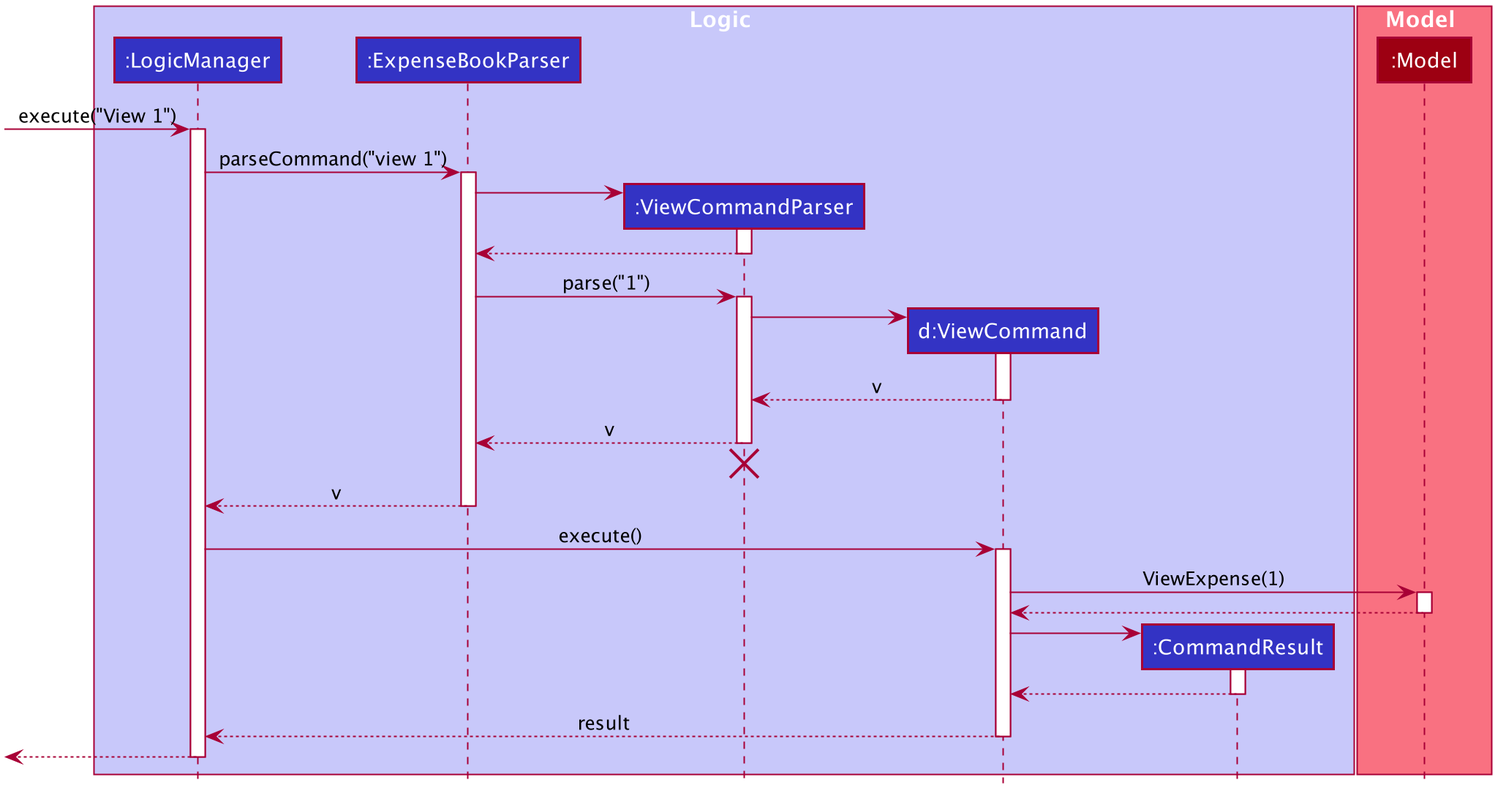
Before: docs/images/ViewSequenceDiagram.png, a diagram exported from PlantUML (yyutong/tp). Source of this version:
```plantuml
@startuml








skinparam BackgroundColor #FFFFFFF

skinparam Shadowing false

skinparam Class {
    FontColor #FFFFFF
    BorderThickness 1
    BorderColor #FFFFFF
    StereotypeFontColor #FFFFFF
    FontName Arial
}

skinparam Actor {
    BorderColor #000000
    Color #000000
    FontName Arial
}

skinparam Sequence {
    MessageAlign center
    BoxFontSize 15
    BoxPadding 0
    BoxFontColor #FFFFFF
    FontName Arial
}

skinparam Participant {
    FontColor #FFFFFFF
    Padding 20
}

skinparam MinClassWidth 50
skinparam ParticipantPadding 10
skinparam Shadowing false
skinparam DefaultTextAlignment center
skinparam packageStyle Rectangle

hide footbox
hide members
hide circle

box Logic #C8C8FA
participant ":LogicManager" as LogicManager #3333C4
participant ":ExpenseBookParser" as ExpenseBookParser #3333C4
participant ":ViewCommandParser" as ViewCommandParser #3333C4
participant "d:ViewCommand" as ViewCommand #3333C4
participant ":CommandResult" as CommandResult #3333C4
end box

box Model #F97181
participant ":Model" as Model #9D0012
end box

[-> LogicManager : execute("View 1")
activate LogicManager

LogicManager -> ExpenseBookParser : parseCommand("view 1")
activate ExpenseBookParser

create ViewCommandParser
ExpenseBookParser -> ViewCommandParser
activate ViewCommandParser

ViewCommandParser --> ExpenseBookParser
deactivate ViewCommandParser

ExpenseBookParser -> ViewCommandParser : parse("1")
activate ViewCommandParser

create ViewCommand
ViewCommandParser -> ViewCommand
activate ViewCommand

ViewCommand --> ViewCommandParser : v
deactivate ViewCommand

ViewCommandParser --> ExpenseBookParser : v
deactivate ViewCommandParser
ViewCommandParser -[hidden]-> ExpenseBookParser
destroy ViewCommandParser

ExpenseBookParser --> LogicManager : v
deactivate ExpenseBookParser

LogicManager -> ViewCommand : execute()
activate ViewCommand

ViewCommand -> Model : ViewExpense(1)
activate Model

Model --> ViewCommand
deactivate Model

create CommandResult
ViewCommand -> CommandResult
activate CommandResult

CommandResult --> ViewCommand
deactivate CommandResult

ViewCommand --> LogicManager : result
deactivate ViewCommand

[<--LogicManager
deactivate LogicManager
@enduml
```
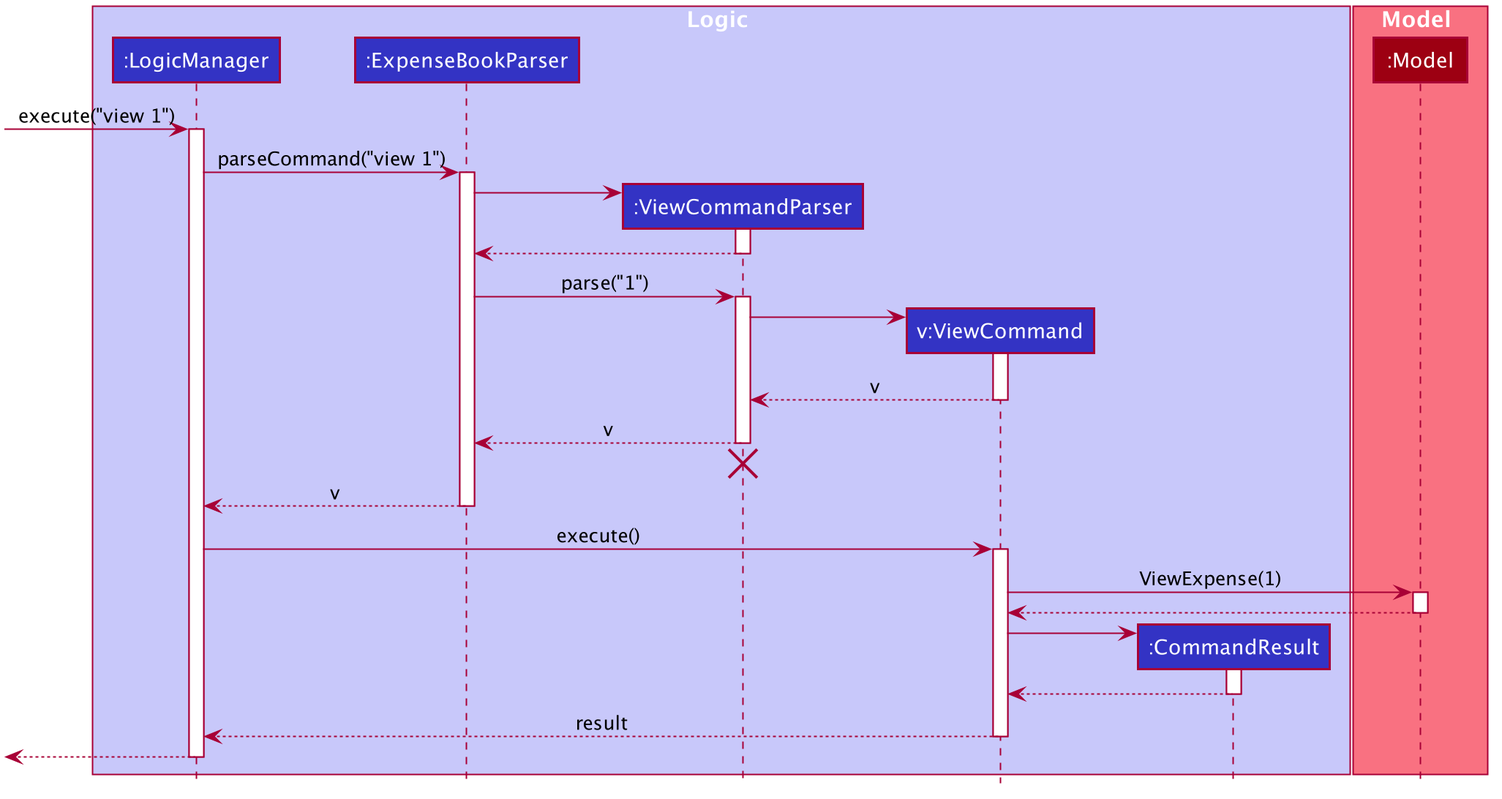
Later version of the same file.

Diff of the diagram source:
```diff
@@ -52,7 +52,7 @@
 participant ":LogicManager" as LogicManager #3333C4
 participant ":ExpenseBookParser" as ExpenseBookParser #3333C4
 participant ":ViewCommandParser" as ViewCommandParser #3333C4
-participant "d:ViewCommand" as ViewCommand #3333C4
+participant "v:ViewCommand" as ViewCommand #3333C4
 participant ":CommandResult" as CommandResult #3333C4
 end box
 
@@ -60,7 +60,7 @@
 participant ":Model" as Model #9D0012
 end box
 
-[-> LogicManager : execute("View 1")
+[-> LogicManager : execute("view 1")
 activate LogicManager
 
 LogicManager -> ExpenseBookParser : parseCommand("view 1")
```
